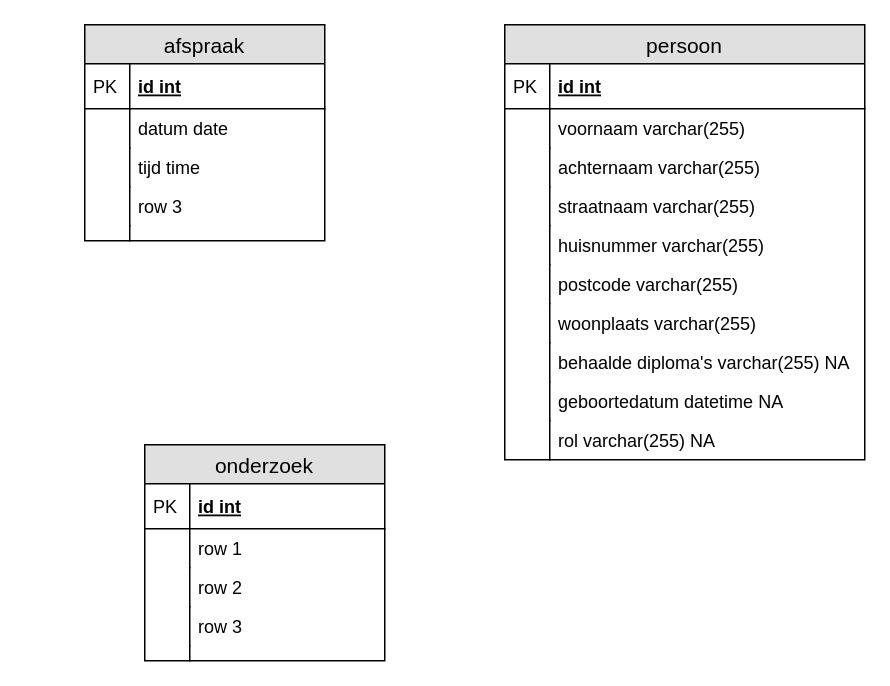
This is oefeningen 3 oef oogarts.drawio from LanderJacobs/oefening-contacten, a draw.io file, before an edit. Source tidied: cells renumbered, new cells numbered last; positions are measured from the earlier drawing's top-left corner, leaving out a move shared by most shapes. Both pictures are drawn from the tidied source at 150%, with x=0, y=0 at pixel (84, 24).
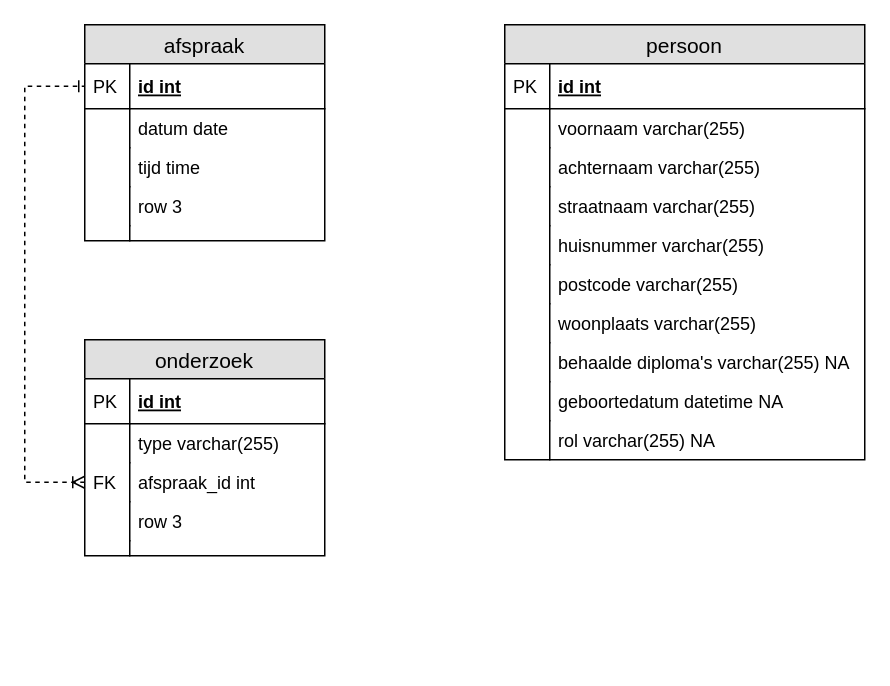
Above is the later version.

The change refers to these unchanged cells:
```xml
<mxCell id="14" value="id int" style="shape=partialRectangle;top=0;left=0;right=0;bottom=1;align=left;verticalAlign=middle;fillColor=none;spacingLeft=34;spacingRight=4;overflow=hidden;points=[[0,0.5],[1,0.5]];portConstraint=eastwest;fontStyle=5;fontSize=12;" parent="13" vertex="1">
  <mxGeometry y="26" width="160" height="30" as="geometry" />
</mxCell>
```

What changed in the source:
```diff
@@
     <mxCell id="2" value="onderzoek" style="swimlane;fontStyle=0;horizontal=1;startSize=26;fillColor=#e0e0e0;swimlaneFillColor=#ffffff;align=center;fontSize=14;" parent="1" vertex="1">
-      <mxGeometry x="40" y="280" width="160" height="144" as="geometry" />
+      <mxGeometry y="210" width="160" height="144" as="geometry" />
     </mxCell>
@@
-    <mxCell id="5" value="row 1" style="shape=partialRectangle;top=0;left=0;right=0;bottom=0;align=left;verticalAlign=top;fillColor=none;spacingLeft=34;spacingRight=4;overflow=hidden;fontSize=12;" parent="2" vertex="1">
+    <mxCell id="5" value="type varchar(255)" style="shape=partialRectangle;top=0;left=0;right=0;bottom=0;align=left;verticalAlign=top;fillColor=none;spacingLeft=34;spacingRight=4;overflow=hidden;fontSize=12;" parent="2" vertex="1">
       <mxGeometry y="56" width="160" height="26" as="geometry" />
     </mxCell>
@@
-    <mxCell id="7" value="row 2" style="shape=partialRectangle;top=0;left=0;right=0;bottom=0;align=left;verticalAlign=top;fillColor=none;spacingLeft=34;spacingRight=4;overflow=hidden;points=[[0,0.5],[1,0.5]];portConstraint=eastwest;fontSize=12;" parent="2" vertex="1">
+    <mxCell id="7" value="afspraak_id int" style="shape=partialRectangle;top=0;left=0;right=0;bottom=0;align=left;verticalAlign=top;fillColor=none;spacingLeft=34;spacingRight=4;overflow=hidden;points=[[0,0.5],[1,0.5]];portConstraint=eastwest;fontSize=12;" parent="2" vertex="1">
       <mxGeometry y="82" width="160" height="26" as="geometry" />
     </mxCell>
-    <mxCell id="8" style="shape=partialRectangle;top=0;left=0;bottom=0;fillColor=none;align=left;verticalAlign=top;spacingLeft=4;spacingRight=4;overflow=hidden;fontSize=12;" parent="7" vertex="1">
+    <mxCell id="8" value="FK" style="shape=partialRectangle;top=0;left=0;bottom=0;fillColor=none;align=left;verticalAlign=top;spacingLeft=4;spacingRight=4;overflow=hidden;fontSize=12;" parent="7" vertex="1">
       <mxGeometry width="30" height="26" as="geometry" />
     </mxCell>
@@
+    <mxCell id="45" style="edgeStyle=orthogonalEdgeStyle;rounded=0;jettySize=auto;html=1;exitX=0;exitY=0.5;exitDx=0;exitDy=0;entryX=0;entryY=0.5;entryDx=0;entryDy=0;dashed=1;endArrow=ERone;endFill=0;startArrow=ERoneToMany;startFill=0;" parent="1" edge="1" source="7" target="14">
+      <mxGeometry relative="1" as="geometry">
+        <Array as="points">
+          <mxPoint x="-40" y="305" />
+          <mxPoint x="-40" y="41" />
+        </Array>
+      </mxGeometry>
+    </mxCell>
```
